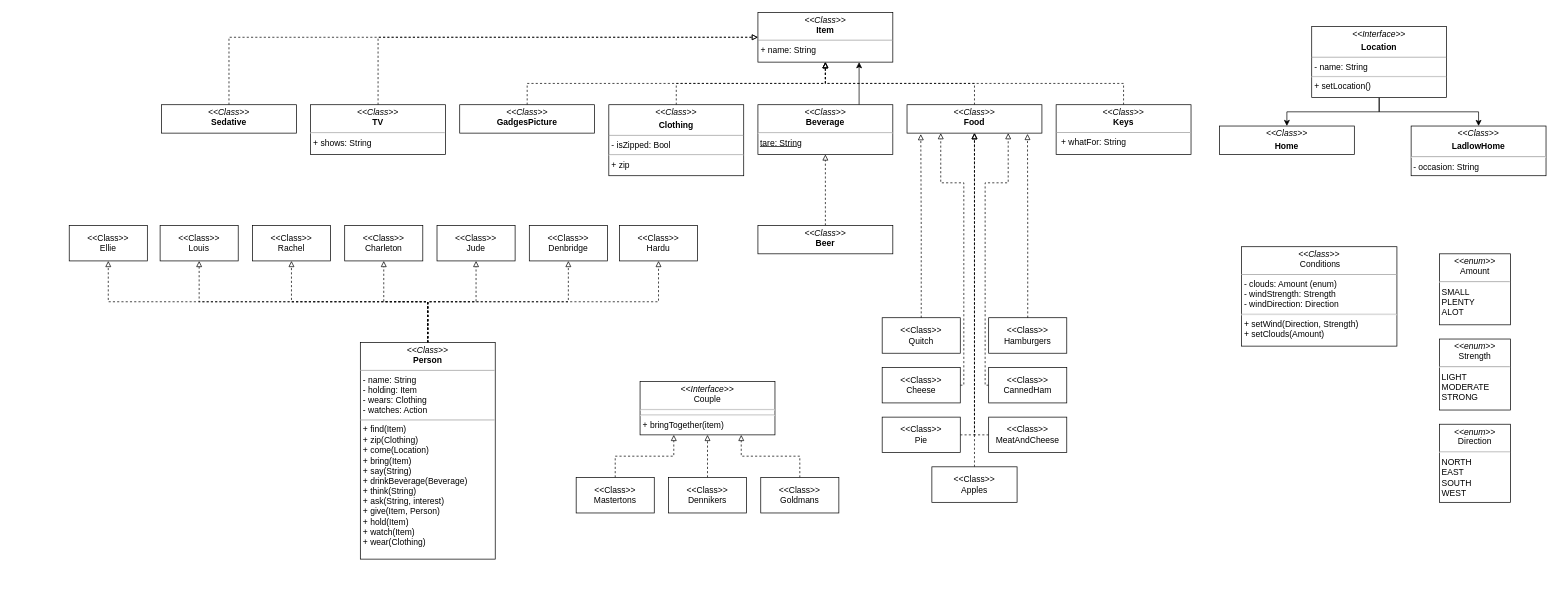
Before: Untitled Diagram.drawio in Sat1l/laba4, a draw.io diagram. Source tidied: cells renumbered, new cells numbered last; positions are measured from the earlier drawing's top-left corner, leaving out a move shared by most shapes. Both pictures are drawn from the tidied source at 71%, with x=0, y=0 at pixel (69, 12).
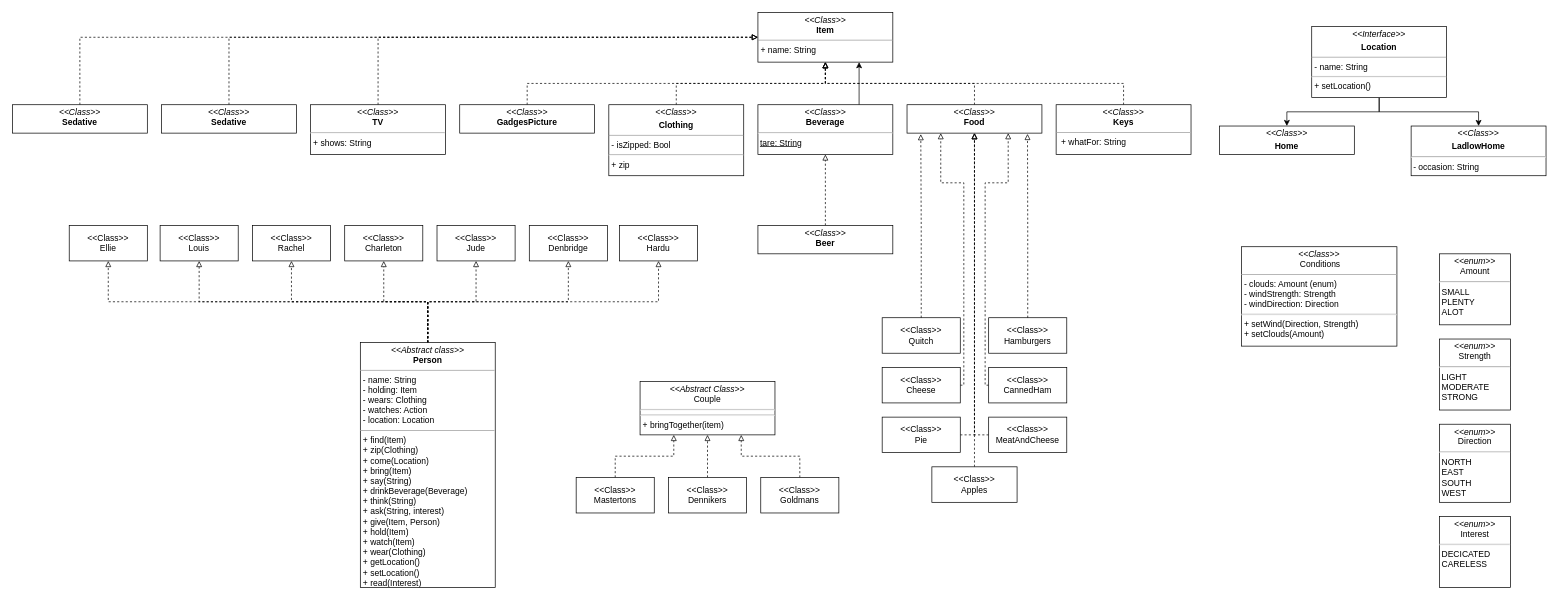
The same page after the edit.

The change refers to these unchanged cells:
```xml
<mxCell id="10" value="&lt;p style=&quot;margin:0px;margin-top:4px;text-align:center;&quot;&gt;&lt;i&gt;&amp;lt;&amp;lt;Class&amp;gt;&amp;gt;&lt;/i&gt;&lt;br&gt;&lt;b&gt;Item&lt;/b&gt;&lt;/p&gt;&lt;hr size=&quot;1&quot;&gt;&lt;p style=&quot;margin:0px;margin-left:4px;&quot;&gt;+ name: String&lt;br&gt;&lt;/p&gt;&lt;p style=&quot;margin:0px;margin-left:4px;&quot;&gt;&lt;br&gt;&lt;/p&gt;" style="verticalAlign=top;align=left;overflow=fill;fontSize=12;fontFamily=Helvetica;html=1;whiteSpace=wrap;" parent="1" vertex="1">
  <mxGeometry x="970" width="190" height="70" as="geometry" />
</mxCell>
```

Change to the diagram source:
```diff
@@
-    <mxCell id="9" value="&lt;p style=&quot;margin:0px;margin-top:4px;text-align:center;&quot;&gt;&lt;i&gt;&amp;lt;&amp;lt;Class&amp;gt;&amp;gt;&lt;/i&gt;&lt;br&gt;&lt;b&gt;Person&lt;/b&gt;&lt;/p&gt;&lt;hr size=&quot;1&quot;&gt;&lt;p style=&quot;margin:0px;margin-left:4px;&quot;&gt;- name: String&lt;/p&gt;&lt;p style=&quot;margin:0px;margin-left:4px;&quot;&gt;- holding: Item&lt;/p&gt;&lt;p style=&quot;margin:0px;margin-left:4px;&quot;&gt;- wears: Clothing&lt;/p&gt;&lt;p style=&quot;margin:0px;margin-left:4px;&quot;&gt;- watches: Action&lt;/p&gt;&lt;hr size=&quot;1&quot;&gt;&lt;p style=&quot;margin:0px;margin-left:4px;&quot;&gt;+ find(Item)&lt;br&gt;+ zip(Clothing)&lt;/p&gt;&lt;p style=&quot;margin:0px;margin-left:4px;&quot;&gt;+ come(Location)&lt;/p&gt;&lt;p style=&quot;margin:0px;margin-left:4px;&quot;&gt;+ bring(Item)&lt;/p&gt;&lt;p style=&quot;margin:0px;margin-left:4px;&quot;&gt;+ say(String)&lt;/p&gt;&lt;p style=&quot;margin:0px;margin-left:4px;&quot;&gt;+ drinkBeverage(Beverage)&lt;/p&gt;&lt;p style=&quot;margin:0px;margin-left:4px;&quot;&gt;+ think(String)&lt;/p&gt;&lt;p style=&quot;margin:0px;margin-left:4px;&quot;&gt;+ ask(String, interest)&lt;/p&gt;&lt;p style=&quot;margin:0px;margin-left:4px;&quot;&gt;+ give(Item, Person)&lt;/p&gt;&lt;p style=&quot;margin:0px;margin-left:4px;&quot;&gt;+ hold(Item)&lt;/p&gt;&lt;p style=&quot;margin:0px;margin-left:4px;&quot;&gt;+ watch(Item)&lt;/p&gt;&lt;p style=&quot;margin:0px;margin-left:4px;&quot;&gt;+ wear(Clothing)&lt;/p&gt;" style="verticalAlign=top;align=left;overflow=fill;fontSize=12;fontFamily=Helvetica;html=1;whiteSpace=wrap;" parent="1" vertex="1">
-      <mxGeometry x="410" y="465" width="190" height="305" as="geometry" />
+    <mxCell id="9" value="&lt;p style=&quot;margin:0px;margin-top:4px;text-align:center;&quot;&gt;&lt;i&gt;&amp;lt;&amp;lt;Abstract class&amp;gt;&amp;gt;&lt;/i&gt;&lt;br&gt;&lt;b&gt;Person&lt;/b&gt;&lt;/p&gt;&lt;hr size=&quot;1&quot;&gt;&lt;p style=&quot;margin:0px;margin-left:4px;&quot;&gt;- name: String&lt;/p&gt;&lt;p style=&quot;margin:0px;margin-left:4px;&quot;&gt;- holding: Item&lt;/p&gt;&lt;p style=&quot;margin:0px;margin-left:4px;&quot;&gt;- wears: Clothing&lt;/p&gt;&lt;p style=&quot;margin:0px;margin-left:4px;&quot;&gt;- watches: Action&lt;/p&gt;&lt;p style=&quot;margin:0px;margin-left:4px;&quot;&gt;- location: Location&lt;/p&gt;&lt;hr size=&quot;1&quot;&gt;&lt;p style=&quot;margin:0px;margin-left:4px;&quot;&gt;+ find(Item)&lt;br&gt;+ zip(Clothing)&lt;/p&gt;&lt;p style=&quot;margin:0px;margin-left:4px;&quot;&gt;+ come(Location)&lt;/p&gt;&lt;p style=&quot;margin:0px;margin-left:4px;&quot;&gt;+ bring(Item)&lt;/p&gt;&lt;p style=&quot;margin:0px;margin-left:4px;&quot;&gt;+ say(String)&lt;/p&gt;&lt;p style=&quot;margin:0px;margin-left:4px;&quot;&gt;+ drinkBeverage(Beverage)&lt;/p&gt;&lt;p style=&quot;margin:0px;margin-left:4px;&quot;&gt;+ think(String)&lt;/p&gt;&lt;p style=&quot;margin:0px;margin-left:4px;&quot;&gt;+ ask(String, interest)&lt;/p&gt;&lt;p style=&quot;margin:0px;margin-left:4px;&quot;&gt;+ give(Item, Person)&lt;/p&gt;&lt;p style=&quot;margin:0px;margin-left:4px;&quot;&gt;+ hold(Item)&lt;/p&gt;&lt;p style=&quot;margin:0px;margin-left:4px;&quot;&gt;+ watch(Item)&lt;/p&gt;&lt;p style=&quot;margin:0px;margin-left:4px;&quot;&gt;+ wear(Clothing)&lt;/p&gt;&lt;p style=&quot;margin:0px;margin-left:4px;&quot;&gt;+ getLocation()&lt;/p&gt;&lt;p style=&quot;margin:0px;margin-left:4px;&quot;&gt;+ setLocation()&lt;/p&gt;&lt;p style=&quot;margin:0px;margin-left:4px;&quot;&gt;+ read(Interest)&lt;/p&gt;" style="verticalAlign=top;align=left;overflow=fill;fontSize=12;fontFamily=Helvetica;html=1;whiteSpace=wrap;" parent="1" vertex="1">
+      <mxGeometry x="410" y="465" width="190" height="345" as="geometry" />
     </mxCell>
@@
-    <mxCell id="48" value="&lt;p style=&quot;margin:0px;margin-top:4px;text-align:center;&quot;&gt;&lt;i&gt;&amp;lt;&amp;lt;Interface&amp;gt;&amp;gt;&lt;/i&gt;&lt;br&gt;Couple&lt;/p&gt;&lt;hr&gt;&lt;hr&gt;&lt;p style=&quot;margin:0px;margin-left:4px;&quot;&gt;+ bringTogether(item)&lt;/p&gt;" style="verticalAlign=top;align=left;overflow=fill;fontSize=12;fontFamily=Helvetica;html=1;whiteSpace=wrap;" parent="1" vertex="1">
+    <mxCell id="48" value="&lt;p style=&quot;margin:0px;margin-top:4px;text-align:center;&quot;&gt;&lt;i&gt;&amp;lt;&amp;lt;Abstract Class&amp;gt;&amp;gt;&lt;/i&gt;&lt;br&gt;Couple&lt;/p&gt;&lt;hr&gt;&lt;hr&gt;&lt;p style=&quot;margin:0px;margin-left:4px;&quot;&gt;+ bringTogether(item)&lt;/p&gt;" style="verticalAlign=top;align=left;overflow=fill;fontSize=12;fontFamily=Helvetica;html=1;whiteSpace=wrap;" parent="1" vertex="1">
       <mxGeometry x="804" y="520" width="190" height="75" as="geometry" />
     </mxCell>
@@
+    <mxCell id="64" value="&lt;p style=&quot;margin:0px;margin-top:4px;text-align:center;&quot;&gt;&lt;i&gt;&amp;lt;&amp;lt;enum&amp;gt;&amp;gt;&lt;/i&gt;&lt;br&gt;Interest&lt;/p&gt;&lt;hr&gt;&amp;nbsp;DECICATED&lt;br&gt;&amp;nbsp;CARELESS" style="verticalAlign=top;align=left;overflow=fill;fontSize=12;fontFamily=Helvetica;html=1;whiteSpace=wrap;" parent="1" vertex="1">
+      <mxGeometry x="1930" y="710" width="100" height="100" as="geometry" />
+    </mxCell>
+    <mxCell id="65" style="edgeStyle=orthogonalEdgeStyle;rounded=0;jettySize=auto;html=1;exitX=0.5;exitY=0;exitDx=0;exitDy=0;dashed=1;endArrow=block;endFill=0;" parent="1" edge="1" source="66" target="10">
+      <mxGeometry relative="1" as="geometry">
+        <Array as="points">
+          <mxPoint x="15" y="35" />
+        </Array>
+      </mxGeometry>
+    </mxCell>
+    <mxCell id="66" value="&lt;p style=&quot;margin:0px;margin-top:4px;text-align:center;&quot;&gt;&lt;i&gt;&amp;lt;&amp;lt;Class&amp;gt;&amp;gt;&lt;/i&gt;&lt;br&gt;&lt;b&gt;Sedative&lt;/b&gt;&lt;/p&gt;" style="verticalAlign=top;align=left;overflow=fill;fontSize=12;fontFamily=Helvetica;html=1;whiteSpace=wrap;" parent="1" vertex="1">
+      <mxGeometry x="-80" y="130" width="190" height="40" as="geometry" />
+    </mxCell>
```
